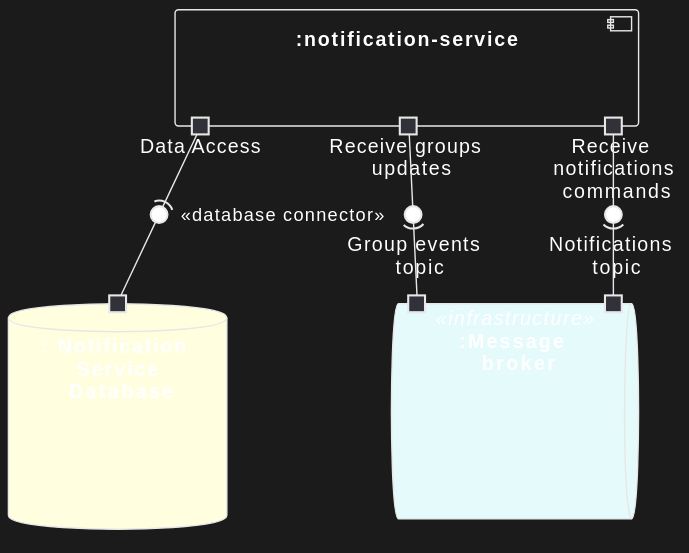
Above: res/arch-cc-notification-dark.svg in position-pal/position-pal.github.io (PlantUML), before the change.
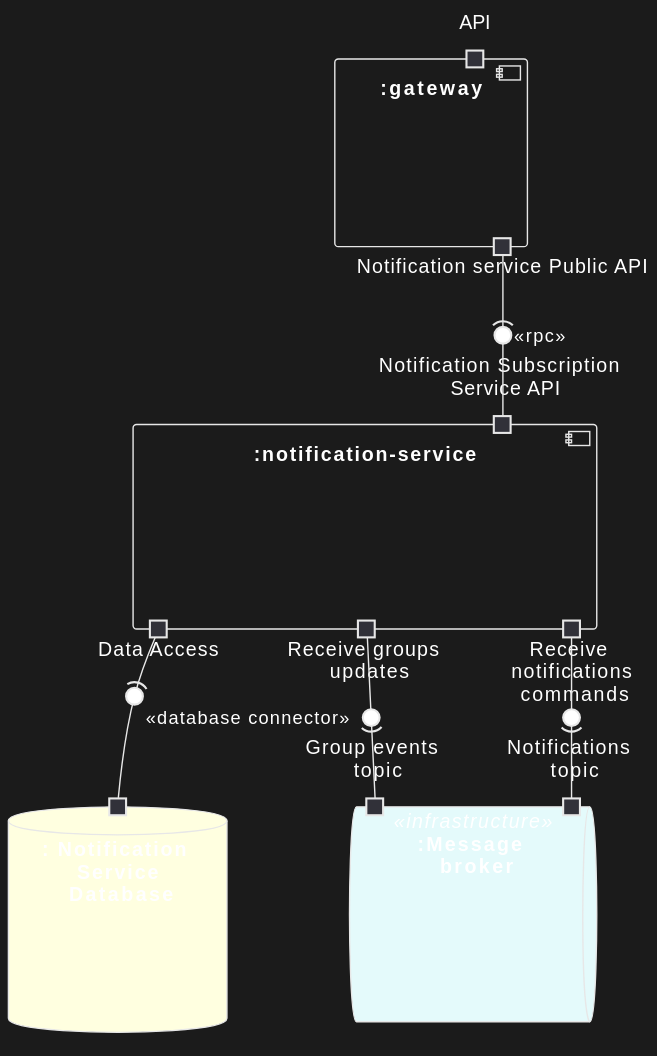
After the commit.

The edit, as a diff of the source:
```diff
@@ -5,7 +5,13 @@
 }
 skinparam DatabaseBackgroundColor LightYellow
 skinparam QueueBackgroundColor #e4fafb
+component ":gateway" {
+    portin "API" as GATEWAY_API
+    portout "Notification service Public API" as GATEWAY_NOT_API
+}
+
 component ":notification-service" {
+    portin "Notification Subscription \n Service API" as NOT_API
     portout "Data Access" as NOT_DA
     portout "Receive groups \n updates" as NOT_SUB_GRPS
     portout "Receive \n notifications \n commands" as NOT_SUB_NOTIF
@@ -13,6 +19,7 @@
 database ": Notification \n Service \n Database" as  NOT_DB {
     portin " " as NOT_DB_DA
 }
+GATEWAY_NOT_API -(0- NOT_API : <<rpc>>
 NOT_DA -(0- NOT_DB_DA : <<database connector>>
 
 queue ":Message \n broker" <<infrastructure>> {
```
